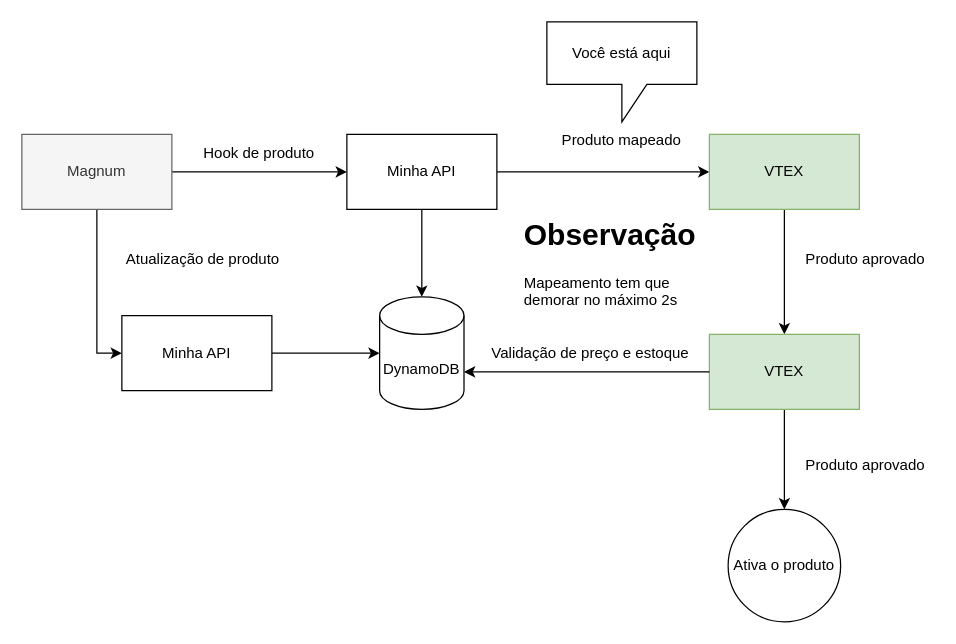
GustavoOliveira11/flowcharts keeps this draw.io diagram as fluxo-tech-magnum.drawio. Above is the earlier version. Source tidied: cells renumbered, new cells numbered last; positions are measured from the earlier drawing's top-left corner, leaving out a move shared by most shapes. Both pictures are drawn from the tidied source at 125%, with x=0, y=0 at pixel (21, 21).
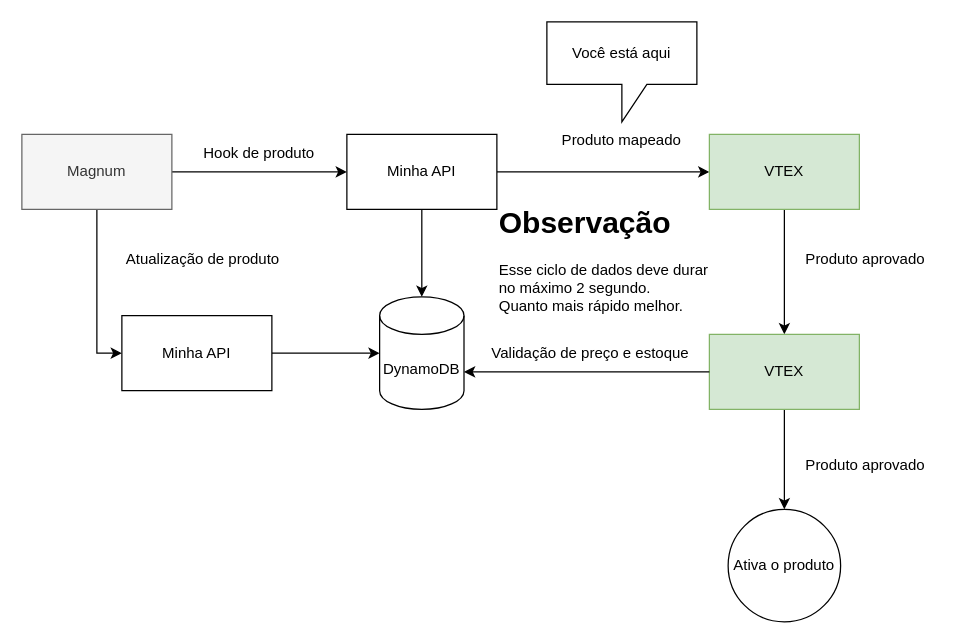
Above is the later version.

Diff of the diagram source:
```diff
@@
-    <mxCell id="11" value="&lt;h1 style=&quot;margin-top: 0px;&quot;&gt;Observação&lt;/h1&gt;&lt;div&gt;Mapeamento tem que demorar no máximo 2s&lt;/div&gt;" style="text;html=1;whiteSpace=wrap;overflow=hidden;rounded=0;" parent="1" vertex="1">
-      <mxGeometry x="400" y="150" width="160" height="80" as="geometry" />
+    <mxCell id="11" value="&lt;h1 style=&quot;margin-top: 0px;&quot;&gt;Observação&lt;/h1&gt;&lt;div&gt;Esse ciclo de dados deve durar no máximo 2 segundo.&lt;/div&gt;&lt;div&gt;Quanto mais rápido melhor.&lt;/div&gt;" style="text;html=1;whiteSpace=wrap;overflow=hidden;rounded=0;" parent="1" vertex="1">
+      <mxGeometry x="380" y="140" width="170" height="110" as="geometry" />
     </mxCell>
```
